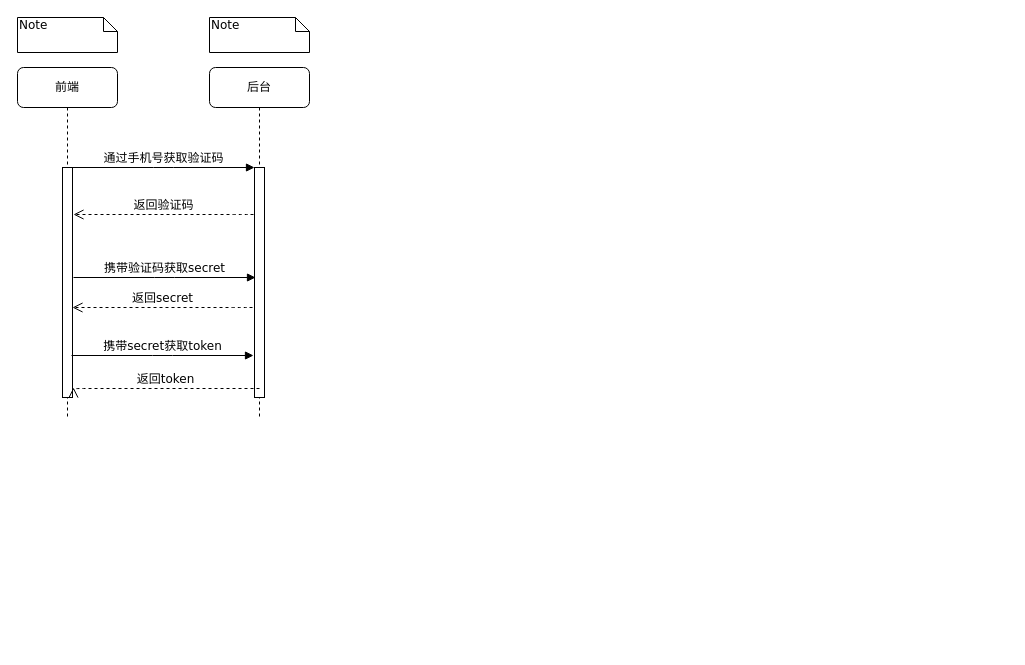
zblan/cpp_study keeps this draw.io diagram as Untitled Diagram.drawio. Above is the earlier version. Source tidied: cells renumbered, new cells numbered last; positions are measured from the earlier drawing's top-left corner, leaving out a move shared by most shapes. Both pictures are drawn from the tidied source at 100%, with x=0, y=0 at pixel (17, 17).
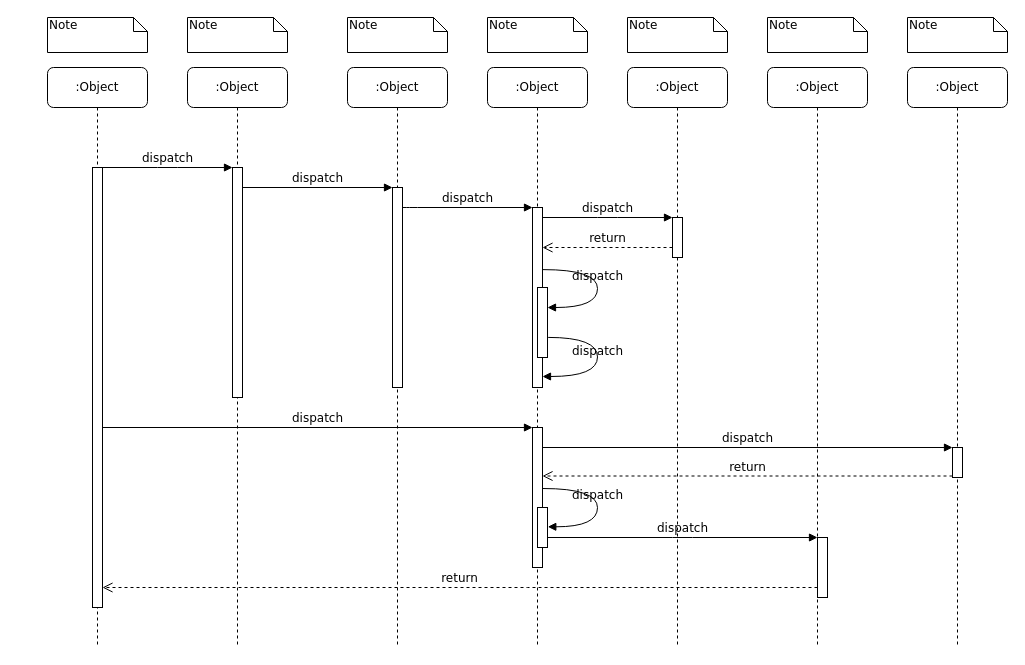
The same diagram, later.

The change refers to these unchanged cells:
```xml
<mxCell id="3" style="html=1;points=[];perimeter=orthogonalPerimeter;rounded=0;shadow=0;comic=0;labelBackgroundColor=none;strokeWidth=1;fontFamily=Verdana;fontSize=12;align=center;" parent="2" vertex="1">
  <mxGeometry x="45" y="100" width="10" height="230" as="geometry" />
</mxCell>
```

Change to the diagram source:
```diff
@@
-    <mxCell id="2" value="后台" style="shape=umlLifeline;perimeter=lifelinePerimeter;whiteSpace=wrap;html=1;rounded=1;shadow=0;comic=0;labelBackgroundColor=none;strokeWidth=1;fontFamily=Verdana;fontSize=12;align=center;" parent="1" vertex="1">
-      <mxGeometry x="192" y="50" width="100" height="350" as="geometry" />
+    <mxCell id="2" value=":Object" style="shape=umlLifeline;perimeter=lifelinePerimeter;whiteSpace=wrap;html=1;rounded=1;shadow=0;comic=0;labelBackgroundColor=none;strokeWidth=1;fontFamily=Verdana;fontSize=12;align=center;" parent="1" vertex="1">
+      <mxGeometry x="170" y="50" width="100" height="580" as="geometry" />
     </mxCell>
@@
+    <mxCell id="14" value=":Object" style="shape=umlLifeline;perimeter=lifelinePerimeter;whiteSpace=wrap;html=1;rounded=1;shadow=0;comic=0;labelBackgroundColor=none;strokeWidth=1;fontFamily=Verdana;fontSize=12;align=center;" parent="1" vertex="1">
+      <mxGeometry x="330" y="50" width="100" height="580" as="geometry" />
+    </mxCell>
+    <mxCell id="15" style="html=1;points=[];perimeter=orthogonalPerimeter;rounded=0;shadow=0;comic=0;labelBackgroundColor=none;strokeWidth=1;fontFamily=Verdana;fontSize=12;align=center;" parent="14" vertex="1">
+      <mxGeometry x="45" y="120" width="10" height="200" as="geometry" />
+    </mxCell>
+    <mxCell id="16" value=":Object" style="shape=umlLifeline;perimeter=lifelinePerimeter;whiteSpace=wrap;html=1;rounded=1;shadow=0;comic=0;labelBackgroundColor=none;strokeWidth=1;fontFamily=Verdana;fontSize=12;align=center;" parent="1" vertex="1">
+      <mxGeometry x="470" y="50" width="100" height="580" as="geometry" />
+    </mxCell>
+    <mxCell id="17" value=":Object" style="shape=umlLifeline;perimeter=lifelinePerimeter;whiteSpace=wrap;html=1;rounded=1;shadow=0;comic=0;labelBackgroundColor=none;strokeWidth=1;fontFamily=Verdana;fontSize=12;align=center;" parent="1" vertex="1">
+      <mxGeometry x="610" y="50" width="100" height="580" as="geometry" />
+    </mxCell>
+    <mxCell id="18" value=":Object" style="shape=umlLifeline;perimeter=lifelinePerimeter;whiteSpace=wrap;html=1;rounded=1;shadow=0;comic=0;labelBackgroundColor=none;strokeWidth=1;fontFamily=Verdana;fontSize=12;align=center;" parent="1" vertex="1">
+      <mxGeometry x="750" y="50" width="100" height="580" as="geometry" />
+    </mxCell>
+    <mxCell id="19" value=":Object" style="shape=umlLifeline;perimeter=lifelinePerimeter;whiteSpace=wrap;html=1;rounded=1;shadow=0;comic=0;labelBackgroundColor=none;strokeWidth=1;fontFamily=Verdana;fontSize=12;align=center;" parent="1" vertex="1">
+      <mxGeometry x="890" y="50" width="100" height="580" as="geometry" />
+    </mxCell>
-    <mxCell id="4" value="前端" style="shape=umlLifeline;perimeter=lifelinePerimeter;whiteSpace=wrap;html=1;rounded=1;shadow=0;comic=0;labelBackgroundColor=none;strokeWidth=1;fontFamily=Verdana;fontSize=12;align=center;" parent="1" vertex="1">
-      <mxGeometry y="50" width="100" height="350" as="geometry" />
+    <mxCell id="4" value=":Object" style="shape=umlLifeline;perimeter=lifelinePerimeter;whiteSpace=wrap;html=1;rounded=1;shadow=0;comic=0;labelBackgroundColor=none;strokeWidth=1;fontFamily=Verdana;fontSize=12;align=center;" parent="1" vertex="1">
+      <mxGeometry x="30" y="50" width="100" height="580" as="geometry" />
     </mxCell>
     <mxCell id="5" style="html=1;points=[];perimeter=orthogonalPerimeter;rounded=0;shadow=0;comic=0;labelBackgroundColor=none;strokeWidth=1;fontFamily=Verdana;fontSize=12;align=center;" parent="4" vertex="1">
-      <mxGeometry x="45" y="100" width="10" height="230" as="geometry" />
+      <mxGeometry x="45" y="100" width="10" height="440" as="geometry" />
     </mxCell>
+    <mxCell id="20" style="html=1;points=[];perimeter=orthogonalPerimeter;rounded=0;shadow=0;comic=0;labelBackgroundColor=none;strokeWidth=1;fontFamily=Verdana;fontSize=12;align=center;" parent="1" vertex="1">
+      <mxGeometry x="515" y="190" width="10" height="180" as="geometry" />
+    </mxCell>
+    <mxCell id="21" value="dispatch" style="html=1;verticalAlign=bottom;endArrow=block;labelBackgroundColor=none;fontFamily=Verdana;fontSize=12;edgeStyle=elbowEdgeStyle;elbow=vertical;" parent="1" edge="1" source="15" target="20">
+      <mxGeometry relative="1" as="geometry">
+        <Array as="points">
+          <mxPoint x="390" y="190" />
+        </Array>
+      </mxGeometry>
+    </mxCell>
+    <mxCell id="22" style="html=1;points=[];perimeter=orthogonalPerimeter;rounded=0;shadow=0;comic=0;labelBackgroundColor=none;strokeWidth=1;fontFamily=Verdana;fontSize=12;align=center;" parent="1" vertex="1">
+      <mxGeometry x="655" y="200" width="10" height="40" as="geometry" />
+    </mxCell>
+    <mxCell id="23" value="dispatch" style="html=1;verticalAlign=bottom;endArrow=block;entryX=0;entryY=0;labelBackgroundColor=none;fontFamily=Verdana;fontSize=12;edgeStyle=elbowEdgeStyle;elbow=vertical;" parent="1" edge="1" source="20" target="22">
+      <mxGeometry relative="1" as="geometry" />
+    </mxCell>
-    <mxCell id="6" value="返回验证码" style="html=1;verticalAlign=bottom;endArrow=open;dashed=1;endSize=8;labelBackgroundColor=none;fontFamily=Verdana;fontSize=12;edgeStyle=elbowEdgeStyle;elbow=vertical;" parent="1" edge="1">
+    <mxCell id="6" value="return" style="html=1;verticalAlign=bottom;endArrow=open;dashed=1;endSize=8;labelBackgroundColor=none;fontFamily=Verdana;fontSize=12;edgeStyle=elbowEdgeStyle;elbow=vertical;" parent="1" edge="1" source="22" target="20">
       <mxGeometry relative="1" as="geometry">
-        <mxPoint x="236" y="197" as="sourcePoint" />
-        <mxPoint x="56" y="197" as="targetPoint" />
         <Array as="points">
-          <mxPoint x="226" y="197" />
-          <mxPoint x="640" y="207" />
-          <mxPoint x="670" y="207" />
+          <mxPoint x="600" y="230" />
+          <mxPoint x="630" y="230" />
         </Array>
       </mxGeometry>
     </mxCell>
+    <mxCell id="24" style="html=1;points=[];perimeter=orthogonalPerimeter;rounded=0;shadow=0;comic=0;labelBackgroundColor=none;strokeWidth=1;fontFamily=Verdana;fontSize=12;align=center;" parent="1" vertex="1">
+      <mxGeometry x="515" y="410" width="10" height="140" as="geometry" />
+    </mxCell>
+    <mxCell id="25" value="dispatch" style="html=1;verticalAlign=bottom;endArrow=block;entryX=0;entryY=0;labelBackgroundColor=none;fontFamily=Verdana;fontSize=12;" parent="1" edge="1" source="5" target="24">
+      <mxGeometry relative="1" as="geometry" />
+    </mxCell>
+    <mxCell id="26" style="html=1;points=[];perimeter=orthogonalPerimeter;rounded=0;shadow=0;comic=0;labelBackgroundColor=none;strokeColor=#000000;strokeWidth=1;fillColor=#FFFFFF;fontFamily=Verdana;fontSize=12;fontColor=#000000;align=center;" parent="1" vertex="1">
+      <mxGeometry x="935" y="430" width="10" height="30" as="geometry" />
+    </mxCell>
+    <mxCell id="27" value="dispatch" style="html=1;verticalAlign=bottom;endArrow=block;entryX=0;entryY=0;labelBackgroundColor=none;fontFamily=Verdana;fontSize=12;" parent="1" edge="1" source="24" target="26">
+      <mxGeometry relative="1" as="geometry" />
+    </mxCell>
+    <mxCell id="28" value="return" style="html=1;verticalAlign=bottom;endArrow=open;dashed=1;endSize=8;exitX=0;exitY=0.95;labelBackgroundColor=none;fontFamily=Verdana;fontSize=12;" parent="1" edge="1" source="26" target="24">
+      <mxGeometry relative="1" as="geometry" />
+    </mxCell>
+    <mxCell id="29" style="html=1;points=[];perimeter=orthogonalPerimeter;rounded=0;shadow=0;comic=0;labelBackgroundColor=none;strokeWidth=1;fontFamily=Verdana;fontSize=12;align=center;" parent="1" vertex="1">
+      <mxGeometry x="800" y="520" width="10" height="60" as="geometry" />
+    </mxCell>
+    <mxCell id="30" value="dispatch" style="html=1;verticalAlign=bottom;endArrow=block;entryX=0;entryY=0;labelBackgroundColor=none;fontFamily=Verdana;fontSize=12;edgeStyle=elbowEdgeStyle;elbow=vertical;" parent="1" edge="1" source="36" target="29">
+      <mxGeometry relative="1" as="geometry" />
+    </mxCell>
+    <mxCell id="31" value="return" style="html=1;verticalAlign=bottom;endArrow=open;dashed=1;endSize=8;labelBackgroundColor=none;fontFamily=Verdana;fontSize=12;edgeStyle=elbowEdgeStyle;elbow=vertical;" parent="1" edge="1" source="29" target="5">
+      <mxGeometry relative="1" as="geometry">
+        <Array as="points">
+          <mxPoint x="500" y="570" />
+        </Array>
+      </mxGeometry>
+    </mxCell>
-    <mxCell id="7" value="通过手机号获取验证码" style="html=1;verticalAlign=bottom;endArrow=block;entryX=0;entryY=0;labelBackgroundColor=none;fontFamily=Verdana;fontSize=12;edgeStyle=elbowEdgeStyle;elbow=vertical;" parent="1" edge="1" source="5" target="3">
+    <mxCell id="7" value="dispatch" style="html=1;verticalAlign=bottom;endArrow=block;entryX=0;entryY=0;labelBackgroundColor=none;fontFamily=Verdana;fontSize=12;edgeStyle=elbowEdgeStyle;elbow=vertical;" parent="1" edge="1" source="5" target="3">
       <mxGeometry relative="1" as="geometry" />
     </mxCell>
+    <mxCell id="32" value="dispatch" style="html=1;verticalAlign=bottom;endArrow=block;entryX=0;entryY=0;labelBackgroundColor=none;fontFamily=Verdana;fontSize=12;edgeStyle=elbowEdgeStyle;elbow=vertical;" parent="1" edge="1" source="3" target="15">
+      <mxGeometry relative="1" as="geometry" />
+    </mxCell>
+    <mxCell id="33" style="html=1;points=[];perimeter=orthogonalPerimeter;rounded=0;shadow=0;comic=0;labelBackgroundColor=none;strokeWidth=1;fontFamily=Verdana;fontSize=12;align=center;" parent="1" vertex="1">
+      <mxGeometry x="520" y="270" width="10" height="70" as="geometry" />
+    </mxCell>
+    <mxCell id="34" value="dispatch" style="html=1;verticalAlign=bottom;endArrow=block;labelBackgroundColor=none;fontFamily=Verdana;fontSize=12;elbow=vertical;edgeStyle=orthogonalEdgeStyle;curved=1;entryX=1;entryY=0.286;entryPerimeter=0;exitX=1.038;exitY=0.345;exitPerimeter=0;" parent="1" edge="1" source="20" target="33">
+      <mxGeometry relative="1" as="geometry">
+        <Array as="points">
+          <mxPoint x="580" y="252" />
+          <mxPoint x="580" y="290" />
+        </Array>
+      </mxGeometry>
+    </mxCell>
+    <mxCell id="35" value="dispatch" style="html=1;verticalAlign=bottom;endArrow=block;labelBackgroundColor=none;fontFamily=Verdana;fontSize=12;elbow=vertical;edgeStyle=orthogonalEdgeStyle;curved=1;exitX=1.066;exitY=0.713;exitPerimeter=0;" parent="1" edge="1" source="33">
+      <mxGeometry relative="1" as="geometry">
+        <mxPoint x="525" y="359" as="targetPoint" />
+        <Array as="points">
+          <mxPoint x="580" y="320" />
+          <mxPoint x="580" y="359" />
+        </Array>
+      </mxGeometry>
+    </mxCell>
+    <mxCell id="36" style="html=1;points=[];perimeter=orthogonalPerimeter;rounded=0;shadow=0;comic=0;labelBackgroundColor=none;strokeWidth=1;fontFamily=Verdana;fontSize=12;align=center;" parent="1" vertex="1">
+      <mxGeometry x="520" y="490" width="10" height="40" as="geometry" />
+    </mxCell>
+    <mxCell id="37" value="dispatch" style="html=1;verticalAlign=bottom;endArrow=block;labelBackgroundColor=none;fontFamily=Verdana;fontSize=12;elbow=vertical;edgeStyle=orthogonalEdgeStyle;curved=1;entryX=1;entryY=0.286;entryPerimeter=0;exitX=1.038;exitY=0.345;exitPerimeter=0;" parent="1" edge="1">
+      <mxGeometry relative="1" as="geometry">
+        <mxPoint x="525.3" y="471" as="sourcePoint" />
+        <mxPoint x="530.3" y="509.3" as="targetPoint" />
+        <Array as="points">
+          <mxPoint x="580" y="471" />
+          <mxPoint x="580" y="509" />
+        </Array>
+      </mxGeometry>
+    </mxCell>
     <mxCell id="8" value="Note" style="shape=note;whiteSpace=wrap;html=1;size=14;verticalAlign=top;align=left;spacingTop=-6;rounded=0;shadow=0;comic=0;labelBackgroundColor=none;strokeWidth=1;fontFamily=Verdana;fontSize=12;" parent="1" vertex="1">
-      <mxGeometry width="100" height="35" as="geometry" />
+      <mxGeometry x="30" width="100" height="35" as="geometry" />
     </mxCell>
     <mxCell id="9" value="Note" style="shape=note;whiteSpace=wrap;html=1;size=14;verticalAlign=top;align=left;spacingTop=-6;rounded=0;shadow=0;comic=0;labelBackgroundColor=none;strokeWidth=1;fontFamily=Verdana;fontSize=12;" parent="1" vertex="1">
-      <mxGeometry x="192" width="100" height="35" as="geometry" />
+      <mxGeometry x="170" width="100" height="35" as="geometry" />
     </mxCell>
-    <mxCell id="10" value="携带验证码获取secret" style="html=1;verticalAlign=bottom;endArrow=block;entryX=0;entryY=0;labelBackgroundColor=none;fontFamily=Verdana;fontSize=12;edgeStyle=elbowEdgeStyle;elbow=horizontal;" parent="1" edge="1">
-      <mxGeometry relative="1" as="geometry">
-        <mxPoint x="56" y="260" as="sourcePoint" />
-        <mxPoint x="238" y="260" as="targetPoint" />
-      </mxGeometry>
-    </mxCell>
-    <mxCell id="11" value="返回secret" style="html=1;verticalAlign=bottom;endArrow=open;dashed=1;endSize=8;labelBackgroundColor=none;fontFamily=Verdana;fontSize=12;edgeStyle=elbowEdgeStyle;elbow=vertical;" parent="1" edge="1">
-      <mxGeometry relative="1" as="geometry">
-        <mxPoint x="235" y="290" as="sourcePoint" />
-        <mxPoint x="55" y="290" as="targetPoint" />
-        <Array as="points">
-          <mxPoint x="225" y="290" />
-          <mxPoint x="639" y="300" />
-          <mxPoint x="669" y="300" />
-        </Array>
-      </mxGeometry>
-    </mxCell>
-    <mxCell id="12" value="携带secret获取token" style="html=1;verticalAlign=bottom;endArrow=block;entryX=0;entryY=0;labelBackgroundColor=none;fontFamily=Verdana;fontSize=12;edgeStyle=elbowEdgeStyle;elbow=horizontal;" parent="1" edge="1">
-      <mxGeometry relative="1" as="geometry">
-        <mxPoint x="54" y="338" as="sourcePoint" />
-        <mxPoint x="236" y="338" as="targetPoint" />
-      </mxGeometry>
-    </mxCell>
-    <mxCell id="13" value="返回token" style="html=1;verticalAlign=bottom;endArrow=open;dashed=1;endSize=8;labelBackgroundColor=none;fontFamily=Verdana;fontSize=12;edgeStyle=elbowEdgeStyle;elbow=vertical;" parent="1" edge="1">
-      <mxGeometry relative="1" as="geometry">
-        <mxPoint x="242" y="371" as="sourcePoint" />
-        <mxPoint x="56" y="370" as="targetPoint" />
-        <Array as="points">
-          <mxPoint x="232" y="371" />
-          <mxPoint x="646" y="381" />
-          <mxPoint x="676" y="381" />
-        </Array>
-      </mxGeometry>
-    </mxCell>
+    <mxCell id="38" value="Note" style="shape=note;whiteSpace=wrap;html=1;size=14;verticalAlign=top;align=left;spacingTop=-6;rounded=0;shadow=0;comic=0;labelBackgroundColor=none;strokeWidth=1;fontFamily=Verdana;fontSize=12;" parent="1" vertex="1">
+      <mxGeometry x="330" width="100" height="35" as="geometry" />
+    </mxCell>
+    <mxCell id="39" value="Note" style="shape=note;whiteSpace=wrap;html=1;size=14;verticalAlign=top;align=left;spacingTop=-6;rounded=0;shadow=0;comic=0;labelBackgroundColor=none;strokeWidth=1;fontFamily=Verdana;fontSize=12;" parent="1" vertex="1">
+      <mxGeometry x="470" width="100" height="35" as="geometry" />
+    </mxCell>
+    <mxCell id="40" value="Note" style="shape=note;whiteSpace=wrap;html=1;size=14;verticalAlign=top;align=left;spacingTop=-6;rounded=0;shadow=0;comic=0;labelBackgroundColor=none;strokeWidth=1;fontFamily=Verdana;fontSize=12;" parent="1" vertex="1">
+      <mxGeometry x="610" width="100" height="35" as="geometry" />
+    </mxCell>
+    <mxCell id="41" value="Note" style="shape=note;whiteSpace=wrap;html=1;size=14;verticalAlign=top;align=left;spacingTop=-6;rounded=0;shadow=0;comic=0;labelBackgroundColor=none;strokeWidth=1;fontFamily=Verdana;fontSize=12;" parent="1" vertex="1">
+      <mxGeometry x="750" width="100" height="35" as="geometry" />
+    </mxCell>
+    <mxCell id="42" value="Note" style="shape=note;whiteSpace=wrap;html=1;size=14;verticalAlign=top;align=left;spacingTop=-6;rounded=0;shadow=0;comic=0;labelBackgroundColor=none;strokeWidth=1;fontFamily=Verdana;fontSize=12;" parent="1" vertex="1">
+      <mxGeometry x="890" width="100" height="35" as="geometry" />
+    </mxCell>
```
